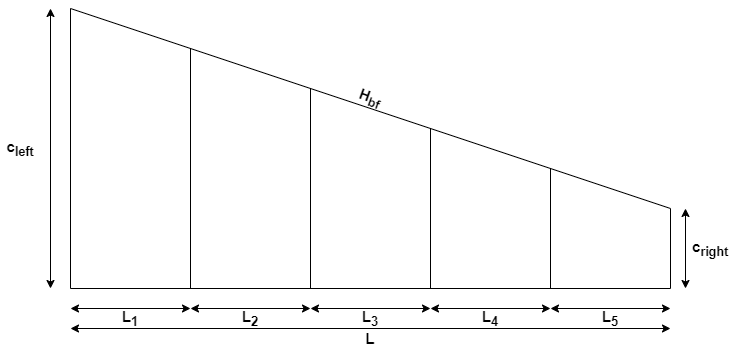
Before: images/pala simple segmentada.png, a diagram exported from draw.io (josfer98/TFG_turbinas_eolicas). Source tidied: cells renumbered, new cells last; positions are measured from the earlier drawing's top-left corner, leaving out a move shared by most shapes.
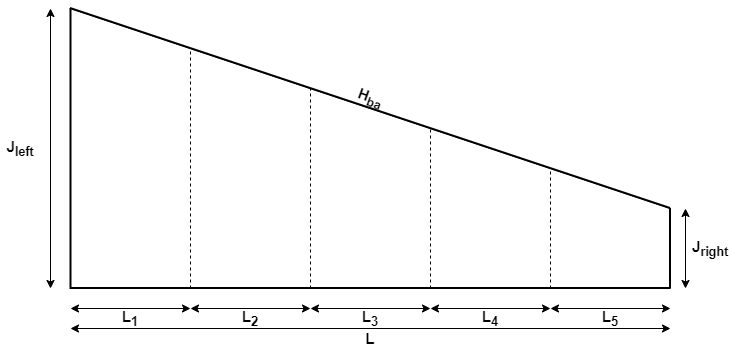
After the commit.

Diff of the diagram source:
```diff
@@ -8,7 +8,7 @@
         <mxPoint x="670" y="200" as="targetPoint" />
       </mxGeometry>
     </mxCell>
-    <mxCell id="3" value="&lt;span style=&quot;font-size: 15px&quot;&gt;&lt;b&gt;c&lt;sub&gt;left&lt;/sub&gt;&lt;/b&gt;&lt;/span&gt;" style="text;html=1;strokeColor=none;fillColor=none;align=center;verticalAlign=middle;whiteSpace=wrap;rounded=0;" parent="1" vertex="1">
+    <mxCell id="3" value="&lt;span style=&quot;font-size: 15px&quot;&gt;&lt;b&gt;J&lt;sub&gt;left&lt;/sub&gt;&lt;/b&gt;&lt;/span&gt;" style="text;html=1;strokeColor=none;fillColor=none;align=center;verticalAlign=middle;whiteSpace=wrap;rounded=0;" parent="1" vertex="1">
       <mxGeometry y="130" width="40" height="20" as="geometry" />
     </mxCell>
     <mxCell id="4" value="&lt;b&gt;&lt;font style=&quot;font-size: 15px&quot;&gt;L&lt;/font&gt;&lt;/b&gt;" style="text;html=1;strokeColor=none;fillColor=none;align=center;verticalAlign=middle;whiteSpace=wrap;rounded=0;" parent="1" vertex="1">
@@ -32,10 +32,10 @@
         <mxPoint x="685" y="200" as="targetPoint" />
       </mxGeometry>
     </mxCell>
-    <mxCell id="8" value="&lt;span style=&quot;font-size: 15px&quot;&gt;&lt;b&gt;c&lt;sub&gt;right&lt;/sub&gt;&lt;/b&gt;&lt;/span&gt;" style="text;html=1;strokeColor=none;fillColor=none;align=center;verticalAlign=middle;whiteSpace=wrap;rounded=0;" parent="1" vertex="1">
+    <mxCell id="8" value="&lt;span style=&quot;font-size: 15px&quot;&gt;&lt;b&gt;J&lt;sub&gt;right&lt;/sub&gt;&lt;/b&gt;&lt;/span&gt;" style="text;html=1;strokeColor=none;fillColor=none;align=center;verticalAlign=middle;whiteSpace=wrap;rounded=0;" parent="1" vertex="1">
       <mxGeometry x="690" y="230" width="40" height="20" as="geometry" />
     </mxCell>
-    <mxCell id="9" value="&lt;b&gt;&lt;font style=&quot;font-size: 15px&quot;&gt;H&lt;sub&gt;bf&lt;/sub&gt;&lt;/font&gt;&lt;/b&gt;" style="text;html=1;strokeColor=none;fillColor=none;align=center;verticalAlign=middle;whiteSpace=wrap;rounded=0;rotation=20;" parent="1" vertex="1">
+    <mxCell id="9" value="&lt;b&gt;&lt;font style=&quot;font-size: 15px&quot;&gt;H&lt;sub&gt;ba&lt;/sub&gt;&lt;/font&gt;&lt;/b&gt;" style="text;html=1;strokeColor=none;fillColor=none;align=center;verticalAlign=middle;whiteSpace=wrap;rounded=0;rotation=20;" parent="1" vertex="1">
       <mxGeometry x="315" y="80" width="110" height="20" as="geometry" />
     </mxCell>
     <mxCell id="10" style="endArrow=none;html=1;rounded=0;" parent="1" edge="1">
@@ -44,7 +44,7 @@
         <mxPoint x="670" y="280" as="targetPoint" />
       </mxGeometry>
     </mxCell>
-    <mxCell id="11" style="endArrow=none;html=1;rounded=0;" parent="1" edge="1">
+    <mxCell id="11" style="endArrow=none;html=1;rounded=0;strokeWidth=2;" parent="1" edge="1">
       <mxGeometry relative="1" as="geometry">
         <mxPoint x="70" y="280" as="sourcePoint" />
         <mxPoint x="70" as="targetPoint" />
@@ -56,25 +56,25 @@
         <mxPoint x="670" y="200" as="targetPoint" />
       </mxGeometry>
     </mxCell>
-    <mxCell id="13" style="endArrow=none;html=1;rounded=0;" parent="1" edge="1">
+    <mxCell id="13" style="endArrow=none;html=1;rounded=0;dashed=1;" parent="1" edge="1">
       <mxGeometry relative="1" as="geometry">
         <mxPoint x="190" y="280" as="sourcePoint" />
         <mxPoint x="190" y="40" as="targetPoint" />
       </mxGeometry>
     </mxCell>
-    <mxCell id="14" style="endArrow=none;html=1;rounded=0;" parent="1" edge="1">
+    <mxCell id="14" style="endArrow=none;html=1;rounded=0;dashed=1;" parent="1" edge="1">
       <mxGeometry relative="1" as="geometry">
         <mxPoint x="310" y="280" as="sourcePoint" />
         <mxPoint x="310" y="80" as="targetPoint" />
       </mxGeometry>
     </mxCell>
-    <mxCell id="15" style="endArrow=none;html=1;rounded=0;" parent="1" edge="1">
+    <mxCell id="15" style="endArrow=none;html=1;rounded=0;dashed=1;" parent="1" edge="1">
       <mxGeometry relative="1" as="geometry">
         <mxPoint x="430" y="280" as="sourcePoint" />
         <mxPoint x="430" y="120" as="targetPoint" />
       </mxGeometry>
     </mxCell>
-    <mxCell id="16" style="endArrow=none;html=1;rounded=0;" parent="1" edge="1">
+    <mxCell id="16" style="endArrow=none;html=1;rounded=0;dashed=1;" parent="1" edge="1">
       <mxGeometry relative="1" as="geometry">
         <mxPoint x="550" y="280" as="sourcePoint" />
         <mxPoint x="550" y="160" as="targetPoint" />
@@ -125,5 +125,23 @@
     <mxCell id="26" value="&lt;span style=&quot;font-size: 15px&quot;&gt;&lt;b&gt;L&lt;sub&gt;5&lt;br&gt;&lt;/sub&gt;&lt;/b&gt;&lt;/span&gt;" style="text;html=1;strokeColor=none;fillColor=none;align=center;verticalAlign=middle;whiteSpace=wrap;rounded=0;" parent="1" vertex="1">
       <mxGeometry x="590" y="300" width="40" height="20" as="geometry" />
     </mxCell>
+    <mxCell id="27" style="endArrow=none;html=1;rounded=0;strokeWidth=2;" parent="1" edge="1">
+      <mxGeometry relative="1" as="geometry">
+        <mxPoint x="669.5" y="279.5" as="sourcePoint" />
+        <mxPoint x="669.5" y="199.5" as="targetPoint" />
+      </mxGeometry>
+    </mxCell>
+    <mxCell id="28" style="endArrow=none;html=1;exitX=0;exitY=0;exitDx=0;exitDy=0;strokeWidth=2;" parent="1" edge="1">
+      <mxGeometry relative="1" as="geometry">
+        <mxPoint x="69.5" y="-0.5" as="sourcePoint" />
+        <mxPoint x="669.5" y="199.5" as="targetPoint" />
+      </mxGeometry>
+    </mxCell>
+    <mxCell id="29" style="endArrow=none;html=1;rounded=0;strokeWidth=2;" parent="1" edge="1">
+      <mxGeometry relative="1" as="geometry">
+        <mxPoint x="69.5" y="279.5" as="sourcePoint" />
+        <mxPoint x="669.5" y="279.5" as="targetPoint" />
+      </mxGeometry>
+    </mxCell>
   </root>
 </mxGraphModel>
```
